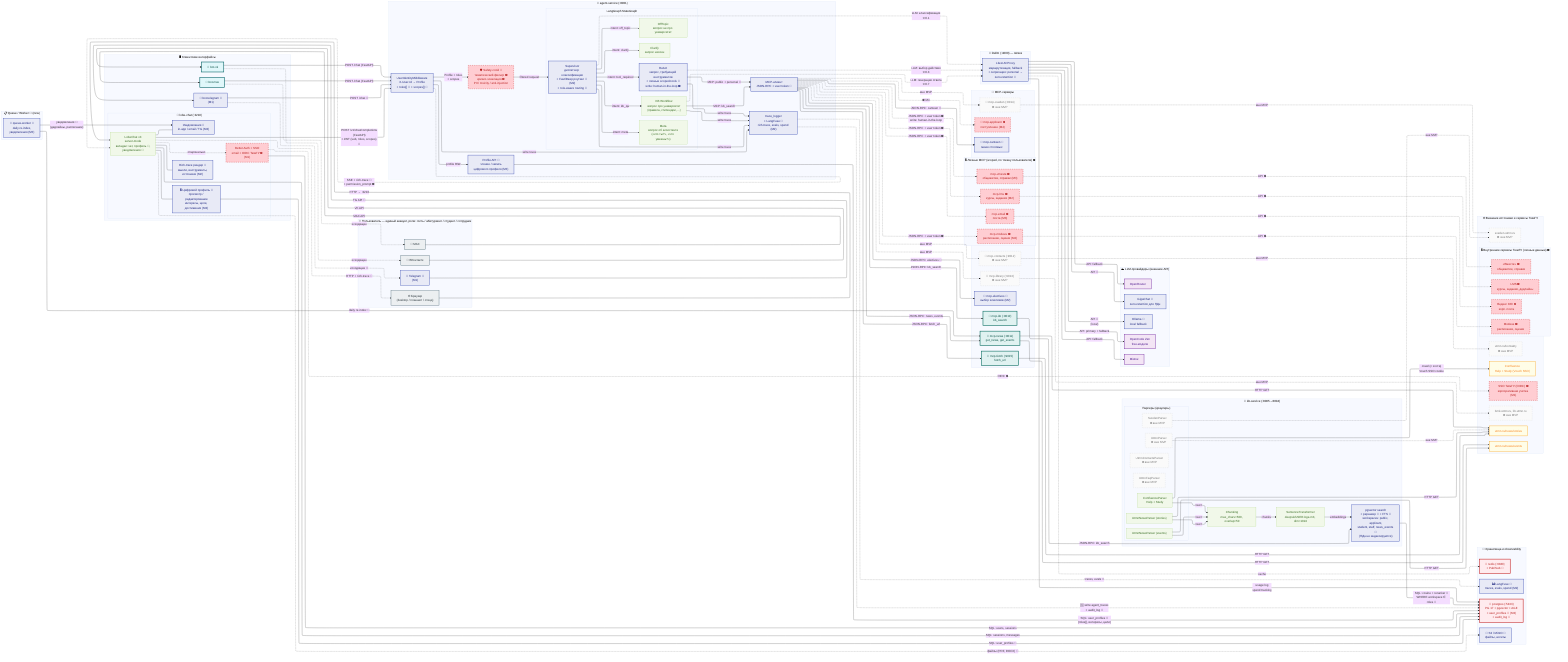
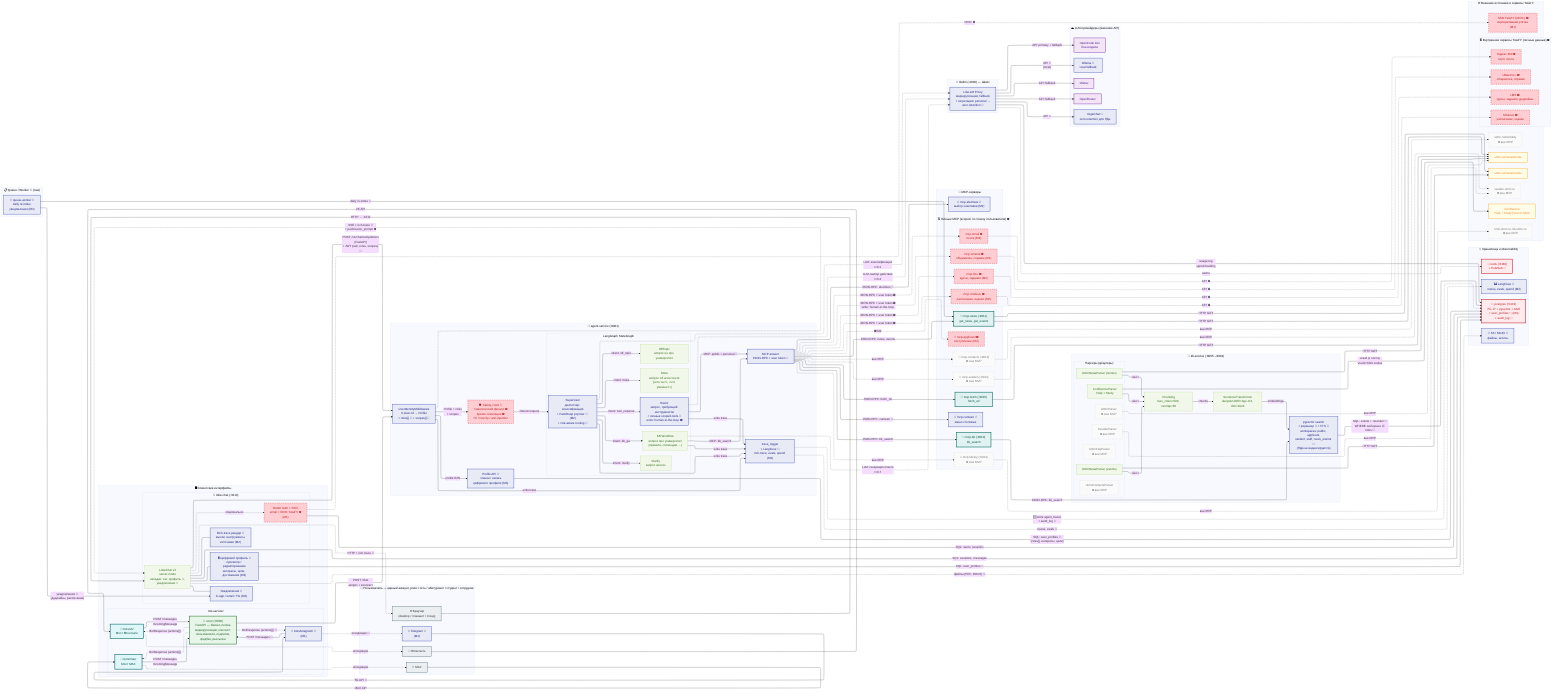
%%{init: {'theme': 'base', 'flowchart': {'defaultRenderer': 'elk', 'curve': 'basis'}} }%%
flowchart LR

    %% ═══════════════════════════════════════════════════════
    %% ЦВЕТОВЫЕ КЛАССЫ (те же, что в MVP + 2 новых)
    %% ═══════════════════════════════════════════════════════
    %% --- Контейнеры Docker (отдельные процессы) ---
    classDef container_if  fill:#E3F2FD,stroke:#1565C0,stroke-width:3px,color:#0D47A1
    classDef container_gw  fill:#FFF3E0,stroke:#E65100,stroke-width:3px,color:#BF360C
    classDef container_br  fill:#E0F7FA,stroke:#006064,stroke-width:3px,color:#004D40
    classDef container_ms  fill:#E8F5E9,stroke:#2E7D32,stroke-width:3px,color:#1B5E20
    classDef container_tl  fill:#E0F2F1,stroke:#00695C,stroke-width:3px,color:#004D40
    classDef container_st  fill:#FFEBEE,stroke:#C62828,stroke-width:3px,color:#B71C1C

    %% --- Внутренние модули (внутри контейнеров) ---
    classDef module        fill:#F1F8E9,stroke:#9CCC65,stroke-width:1px,color:#33691E

    %% --- Не-контейнеры (внешние сущности) ---
    classDef client        fill:#ECEFF1,stroke:#546E7A,stroke-width:2px,color:#263238
    classDef provider      fill:#F3E5F5,stroke:#6A1B9A,stroke-width:2px,color:#4A148C
    classDef external      fill:#FFFDE7,stroke:#F9A825,stroke-width:2px,color:#F57F17

    %% --- Специальные ---
    classDef notmvp        fill:#FAFAFA,stroke:#BDBDBD,stroke-width:1px,stroke-dasharray:5 5,color:#757575
    classDef target        fill:#FFF8E1,stroke:#FF6F00,stroke-width:3px,color:#E65100

    %% --- НОВЫЕ для target ---
    classDef growth        fill:#E8EAF6,stroke:#3F51B5,stroke-width:2px,color:#1A237E
    classDef blocked       fill:#FFCDD2,stroke:#D32F2F,stroke-width:2px,stroke-dasharray:5 5,color:#B71C1C

    %% ═══════════════════════════════════════════════════════
    %% СЛОЙ 0 — ПОЛЬЗОВАТЕЛЬ (роли: гость → абитуриент → студент → сотрудник)
    %% ═══════════════════════════════════════════════════════
    subgraph UserLayer["👤 Пользователь — единый аккаунт, роли: гость / абитуриент / студент / сотрудник"]
        USER_BR["🌐 Браузер<br/>(desktop / планшет / стенд)"]:::client
        USER_VK["💬 ВКонтакте"]:::client
        USER_MAX["💬 MAX"]:::client
        USER_TG["💬 Telegram 🚀<br/>(M1)"]:::growth
    end

    %% ═══════════════════════════════════════════════════════
    %% СЛОЙ 1 — КЛИЕНТСКИЕ ИНТЕРФЕЙСЫ
    %% ═══════════════════════════════════════════════════════
    subgraph ClientsLayer["🖥️ Клиентские интерфейсы"]
        subgraph LobeHub["🐳 lobe-chat (:3210)"]
            LOBE["LobeChat v3<br/>server-mode<br/>вкладки: чат, профиль 🚀,<br/>уведомления 🚀"]:::module
            AUTH["Better Auth + SSO<br/>email + OIDC ТюмГУ ⛔<br/>(M1)"]:::blocked
            PROFILE_UI["🔒 Цифровой профиль 🚀<br/>просмотр / редактирование<br/>интересы, цели, достижения (M3)"]:::growth
            NOTIFY_UI["Уведомления 🚀<br/>in-app / email / TG (M3)"]:::growth
            RICH_TRACE["Rich-trace рендер 🚀<br/>мысли, инструменты,<br/>источники (M2)"]:::growth
            LOBE -. "опционально" .-> AUTH
            LOBE --- PROFILE_UI
            LOBE --- NOTIFY_UI
            LOBE --- RICH_TRACE
        end

-         BOTVK["🐳 bot-vk"]:::container_br
-         BOTMAX["🐳 bot-max"]:::container_br
-         BOTTELEGRAM["🐳 bot-telegram 🚀<br/>(M1)"]:::growth
+         subgraph BotService["bot-service/"]
+             BOTCORE["🐳 core/ (:8000)<br/>FastAPI — бизнес-логика<br/>маршрутизация, контекст,<br/>пользователи, подписки,<br/>фидбек, рассылка"]:::container_ms
+             BOTVK["🐳 bots/vk/<br/>Мост ВКонтакте"]:::container_br
+             BOTMAX["🐳 bots/max/<br/>Мост MAX"]:::container_br
+             BOTTELEGRAM["🐳 bots/telegram/ 🚀<br/>(M1)"]:::growth
+         end
    end

    %% ═══════════════════════════════════════════════════════
    %% СЛОЙ 2 — AGENT-SERVICE
    %% ═══════════════════════════════════════════════════════
    subgraph AgentService["🐳 agent-service (:8001)"]
        MW["UserIdentityMiddleware<br/>X-User-Id → Profile<br/>+ roles[] 🚀 + scopes[] 🚀"]:::growth

        SAFETY["🛡️ Safety-слой 🚀<br/>тематический фильтр ⛔<br/>кризис-эскалация ⛔<br/>PII / toxicity / anti-injection"]:::blocked

        PROFILE_API["Profile API 🚀<br/>чтение / запись<br/>цифрового профиля (M3)"]:::growth

        subgraph LangGraphGraph["LangGraph StateGraph"]
            SUP["Supervisor<br/>диспетчер: классификация<br/>+ Fast/Deep роутинг 🚀 (M2)<br/>+ role-aware routing 🚀"]:::growth
            KBWF["KB Workflow<br/>вопрос про университет<br/>(правила, стипендии, ...)"]:::module
            META["Meta<br/>вопрос об ассистенте<br/>(«кто ты?», «что умеешь?»)"]:::module
            REACT["ReAct<br/>запрос, требующий инструментов<br/>+ личные scoped-tools 🚀<br/>write: human-in-the-loop ⛔"]:::growth
            CLARIFY["Clarify<br/>запрос неясен"]:::module
            OFFTOPIC["OffTopic<br/>вопрос не про университет"]:::module
        end

        MCPCLI["MCP-клиент<br/>JSON-RPC + user token 🚀"]:::growth
        TRACELOG["trace_logger<br/>+ LangFuse 🚀<br/>rich-trace, evals, spend (M2)"]:::growth

        %% внутренние связи
        MW -- "Profile + roles<br/>+ scopes" --> SAFETY
        SAFETY -- "filtered request" --> SUP
        MW -- "profile R/W" --> PROFILE_API
        MW -- "write trace" --> TRACELOG
        SUP -- "intent: kb_qa" --> KBWF
        SUP -- "intent: meta" --> META
        SUP -- "intent: tool_required" --> REACT
        SUP -- "intent: clarify" --> CLARIFY
        SUP -- "intent: off_topic" --> OFFTOPIC
        KBWF -- "MCP: kb_search" --> MCPCLI
        REACT -- "MCP: public + personal 🚀" --> MCPCLI
        SUP -- "write trace" --> TRACELOG
        KBWF -- "write trace" --> TRACELOG
        REACT -- "write trace" --> TRACELOG
    end

    %% ═══════════════════════════════════════════════════════
    %% СЛОЙ 3 — MCP-СЕРВЕРЫ
    %% ═══════════════════════════════════════════════════════
    subgraph MCPLayer["🔧 MCP-серверы"]
        MCPKB["🐳 mcp-kb (:9010)<br/>kb_search"]:::container_tl
        MCPNEWS["🐳 mcp-news (:9011)<br/>get_news, get_events"]:::container_tl
        MCPFETCH["🐳 mcp-fetch (:9015)<br/>fetch_url"]:::container_tl

        MCPELECTIVES["🐳 mcp-electives 🚀<br/>выбор элективов (M2)"]:::growth
        MCPCANTEEN["🐳 mcp-canteen 🚀<br/>меню столовых"]:::growth
        MCPAPPLICANT["🐳 mcp-applicant ⛔<br/>поступление (M4)"]:::blocked

        subgraph PersonalMCP["🔒 Личные MCP (scoped, по токену пользователя) ⛔"]
            MCPMODEUS["mcp-modeus ⛔<br/>расписание, оценки (M2)"]:::blocked
            MCPLMS["mcp-lms ⛔<br/>курсы, задания (M2)"]:::blocked
            MCPVMESTE["mcp-vmeste ⛔<br/>общежитие, справки (M3)"]:::blocked
            MCOPEMAIL["mcp-email ⛔<br/>почта (M3)"]:::blocked
        end

        MCPCONTACTS["🐳 mcp-contacts (:9012)<br/>❌ вне MVP"]:::notmvp
        MCPLIB["🐳 mcp-library (:9013)<br/>❌ вне MVP"]:::notmvp
        MCPSVEDEN["🐳 mcp-sveden (:9014)<br/>❌ вне MVP"]:::notmvp
    end

    %% ═══════════════════════════════════════════════════════
    %% СЛОЙ 4 — KB-SERVICE
    %% ═══════════════════════════════════════════════════════
    subgraph KBService["🐳 kb-service (:8005→8004)"]
        subgraph ParsersGroup["Парсеры (краулеры)"]
            PCONFL["ConfluenceParser<br/>Help + Study"]:::module
            PNEWS["UtmnNewsParser (stories)"]:::module
            PEVENTS["UtmnNewsParser (events)"]:::module
            PUTMN["UtmnParser<br/>❌ вне MVP"]:::notmvp
            PSVEDEN["SvedenParser<br/>❌ вне MVP"]:::notmvp
            PFAQ["UtmnFaqParser<br/>❌ вне MVP"]:::notmvp
            PCONTACTS["UtmnContactsParser<br/>❌ вне MVP"]:::notmvp
        end

        EMB["SentenceTransformer<br/>deepvk/USER-bge-m3, dim=1024"]:::module
        CHUNK["Chunking<br/>max_chars=500, overlap=50"]:::module
        SEARCH["pgvector search<br/>+ реранкер 🚀 + FTS 🚀<br/>workspaces: public, applicant,<br/>student, staff, news_events 🚀<br/>(ПДн не индексируются)"]:::growth

        PCONFL -- "текст" --> CHUNK
        PNEWS -- "текст" --> CHUNK
        PEVENTS -- "текст" --> CHUNK
        CHUNK -- "chunks" --> EMB
        EMB -- "embeddings" --> SEARCH
    end

    %% ═══════════════════════════════════════════════════════
    %% СЛОЙ 5 — LITELLM
    %% ═══════════════════════════════════════════════════════
    subgraph LiteLLMLayer["🐳 litellm (:4000) — Шлюз"]
        LITELLM["LiteLLM Proxy<br/>маршрутизация, fallback<br/>+ сегрегация: personal →<br/>zero-retention 🚀"]:::growth
    end

    %% ═══════════════════════════════════════════════════════
    %% СЛОЙ 6 — LLM-ПРОВАЙДЕРЫ
    %% ═══════════════════════════════════════════════════════
    subgraph ProvidersLayer["☁️ LLM-провайдеры (внешние API)"]
        ZEN["OpenCode Zen<br/>free-модели"]:::provider
        MISTRALP["Mistral"]:::provider
        OPENROUTER["OpenRouter"]:::provider
        GIGACHAT["GigaChat 🚀<br/>zero-retention для ПДн"]:::growth
        OLLAMA["Ollama 🚀<br/>local fallback"]:::growth
    end

    %% ═══════════════════════════════════════════════════════
    %% СЛОЙ 7 — ХРАНИЛИЩА
    %% ═══════════════════════════════════════════════════════
    subgraph StorageLayer["💾 Хранилища и observability"]
        PG["🐳 postgres (:5433)<br/>PG 17 + pgvector + AGE<br/>+ user_profiles 🚀 (M3)<br/>+ audit_log 🚀"]:::container_st
        REDIS["🐳 redis (:6380)<br/>+ Pub/Sub 🚀"]:::container_st
        LANGFUSE["📊 LangFuse 🚀<br/>traces, evals, spend (M2)"]:::growth
        S3["📁 S3 / MinIO 🚀<br/>файлы, ассеты"]:::growth
    end

    %% ═══════════════════════════════════════════════════════
    %% СЛОЙ 8 — QUEUE / WORKER (НОВЫЙ)
    %% ═══════════════════════════════════════════════════════
    subgraph QueueLayer["📋 Queue / Worker 🚀 (new)"]
        QUEUE["🐳 queue-worker 🚀<br/>daily re-index,<br/>уведомления (M3)"]:::growth
    end

    %% ═══════════════════════════════════════════════════════
    %% СЛОЙ 9 — ВНЕШНИЕ ИСТОЧНИКИ
    %% ═══════════════════════════════════════════════════════
    subgraph ExternalLayer["🌐 Внешние источники и сервисы ТюмГУ"]
        CONFL["Confluence<br/>Help + Study (Vouch SSO)"]:::external
        UTMNNEWS["utmn.ru/news/stories"]:::external
        UTMNEVENTS["utmn.ru/news/events"]:::external
        SSOTYUMNU["SSO ТюмГУ (OIDC) ⛔<br/>корпоративная учётка (M1)"]:::blocked

        subgraph InternalServices["🔒 Внутренние сервисы ТюмГУ (личные данные) ⛔"]
            MODEUS["Modeus ⛔<br/>расписание, оценки"]:::blocked
            LMS["LMS ⛔<br/>курсы, задания, дедлайны"]:::blocked
            VMESTE["«Вместе» ⛔<br/>общежитие, справки"]:::blocked
            YANDEX360["Яндекс 360 ⛔<br/>корп. почта"]:::blocked
        end

        UTMNKONT["utmn.ru/kontakty<br/>❌ вне MVP"]:::notmvp
        BMK["bmk.utmn.ru, lib.utmn.ru<br/>❌ вне MVP"]:::notmvp
        SVEDENEXT["sveden.utmn.ru<br/>❌ вне MVP"]:::notmvp
    end

    %% ═══════════════════════════════════════════════════════
    %% СВЯЗИ: Пользователь → Клиентские интерфейсы
    %% ═══════════════════════════════════════════════════════
    USER_BR -- "HTTP → :3210" --> LOBE
    USER_VK -- "VK API" --> BOTVK
    USER_MAX -- "MAX API" --> BOTMAX
    USER_TG -- "TG API 🚀" --> BOTTELEGRAM
    LOBE -. "HTTP + rich-trace 🚀" .-> USER_BR
    BOTVK -. "исходящее" .-> USER_VK
    BOTMAX -. "исходящее" .-> USER_MAX
    BOTTELEGRAM -. "исходящее 🚀" .-> USER_TG

    %% ═══════════════════════════════════════════════════════
    %% СВЯЗИ: Auth → SSO
    %% ═══════════════════════════════════════════════════════
    AUTH -. "OIDC ⛔" .-> SSOTYUMNU

    %% ═══════════════════════════════════════════════════════
-     %% СВЯЗИ: Клиентские интерфейсы → Agent-service (FastAPI)
+     %% СВЯЗИ: Клиентские интерфейсы → bot-core / Agent-service
    %% ═══════════════════════════════════════════════════════
    LOBE -- "POST /v1/chat/completions<br/>(FastAPI)<br/>+ JWT {sub, roles, scopes} 🚀" --> MW
-     BOTVK -- "POST /chat (FastAPI)" --> MW
-     BOTMAX -- "POST /chat (FastAPI)" --> MW
-     BOTTELEGRAM -- "POST /chat 🚀" --> MW
+     BOTVK -- "POST /messages<br/>IncomingMessage" --> BOTCORE
+     BOTMAX -- "POST /messages<br/>IncomingMessage" --> BOTCORE
+     BOTTELEGRAM -- "POST /messages 🚀" --> BOTCORE
+     BOTCORE -- "POST /chat<br/>запрос + контекст" --> MW
    MW -. "SSE + rich-trace 🚀<br/>+ permission_prompt ⛔" .-> LOBE
+     BOTCORE -. "BotResponse (actions[])" .-> BOTVK
+     BOTCORE -. "BotResponse (actions[])" .-> BOTMAX
+     BOTCORE -. "BotResponse (actions[]) 🚀" .-> BOTTELEGRAM

    %% LobeHub → PostgreSQL
    LOBE -- "SQL: sessions, messages" --> PG
    AUTH -- "SQL: users, sessions" --> PG
    PROFILE_UI -- "SQL: user_profiles 🚀" --> PG

    %% Profile API → PG
    PROFILE_API -- "SQL: user_profiles 🚀<br/>(roles[], интересы, цели)" --> PG

    %% ═══════════════════════════════════════════════════════
    %% СВЯЗИ: Agent-service → LiteLLM (LLM-вызовы)
    %% ═══════════════════════════════════════════════════════
    SUP -. "LLM: классификация<br/>t=0.1" .-> LITELLM
    KBWF -. "LLM: генерация ответа<br/>t=0.7" .-> LITELLM
    REACT -. "LLM: выбор действия<br/>t=0.3" .-> LITELLM

    %% ═══════════════════════════════════════════════════════
    %% СВЯЗИ: Agent-service → MCP-серверы
    %% ═══════════════════════════════════════════════════════
    MCPCLI -- "JSON-RPC: kb_search" --> MCPKB
    MCPCLI -- "JSON-RPC: news, events" --> MCPNEWS
    MCPCLI -- "JSON-RPC: fetch_url" --> MCPFETCH
    MCPCLI -- "JSON-RPC: electives 🚀" --> MCPELECTIVES
    MCPCLI -- "JSON-RPC: canteen 🚀" --> MCPCANTEEN
    MCPCLI -. "⛔ M4" .-> MCPAPPLICANT
    MCPCLI -. "JSON-RPC + user token ⛔" .-> MCPMODEUS
    MCPCLI -. "JSON-RPC + user token ⛔" .-> MCPLMS
    MCPCLI -. "JSON-RPC + user token ⛔<br/>write: human-in-the-loop" .-> MCPVMESTE
    MCPCLI -. "JSON-RPC + user token ⛔" .-> MCOPEMAIL
    MCPCLI -. "вне MVP" .-> MCPCONTACTS
    MCPCLI -. "вне MVP" .-> MCPLIB
    MCPCLI -. "вне MVP" .-> MCPSVEDEN

    %% ═══════════════════════════════════════════════════════
    %% СВЯЗИ: MCP-серверы → KB-service / Внешние
    %% ═══════════════════════════════════════════════════════
    MCPKB -- "JSON-RPC: kb_search" --> SEARCH
    MCPNEWS -- "HTTP GET" --> UTMNNEWS
    MCPNEWS -- "HTTP GET" --> UTMNEVENTS
    MCPFETCH -- "HTTP GET" --> UTMNNEWS
    MCPMODEUS -. "API ⛔" .-> MODEUS
    MCPLMS -. "API ⛔" .-> LMS
    MCPVMESTE -. "API ⛔" .-> VMESTE
    MCOPEMAIL -. "API ⛔" .-> YANDEX360
    MCPCONTACTS -. "вне MVP" .-> UTMNKONT
    MCPLIB -. "вне MVP" .-> BMK
    MCPSVEDEN -. "вне MVP" .-> SVEDENEXT

    %% ═══════════════════════════════════════════════════════
    %% СВЯЗИ: KB-service → Хранилища и Внешние
    %% ═══════════════════════════════════════════════════════
    SEARCH -- "SQL: cosine + reranker 🚀<br/>WHERE workspace ∈ roles 🚀" --> PG
    PCONFL -- "crawl (с хоста)<br/>Vouch SSO cookie" --> CONFL
    PNEWS -- "HTTP GET" --> UTMNNEWS
    PEVENTS -- "HTTP GET" --> UTMNEVENTS
    PUTMN -. "вне MVP" .-> UTMNNEWS
    PSVEDEN -. "вне MVP" .-> SVEDENEXT

    %% ═══════════════════════════════════════════════════════
    %% СВЯЗИ: LiteLLM → Провайдеры и Redis
    %% ═══════════════════════════════════════════════════════
    LITELLM -- "API: primary + fallback" --> ZEN
    LITELLM -- "API: fallback" --> MISTRALP
    LITELLM -- "API: fallback" --> OPENROUTER
    LITELLM -- "API 🚀" --> GIGACHAT
    LITELLM -- "API 🚀<br/>(local)" --> OLLAMA
    LITELLM -- "usage log<br/>spend tracking" --> PG
    LITELLM -. "cache" .-> REDIS

    %% ═══════════════════════════════════════════════════════
    %% СВЯЗИ: Observability
    %% ═══════════════════════════════════════════════════════
    TRACELOG -. "traces, evals 🚀" .-> LANGFUSE

    %% ═══════════════════════════════════════════════════════
    %% СВЯЗИ: Queue / Worker
    %% ═══════════════════════════════════════════════════════
    QUEUE -- "daily re-index 🚀" --> MCPNEWS
    QUEUE -- "уведомления 🚀<br/>(дедлайны, расписание)" --> NOTIFY_UI

    %% ═══════════════════════════════════════════════════════
    %% СВЯЗИ: Файлы
    %% ═══════════════════════════════════════════════════════
    LOBE -. "файлы (PDF, DOCX) 🚀" .-> S3

    %% ═══════════════════════════════════════════════════════
    %% СВЯЗИ: Trace → PG
    %% ═══════════════════════════════════════════════════════
    TRACELOG -. "🆕 write agent_traces<br/>+ audit_log 🚀" .-> PG
